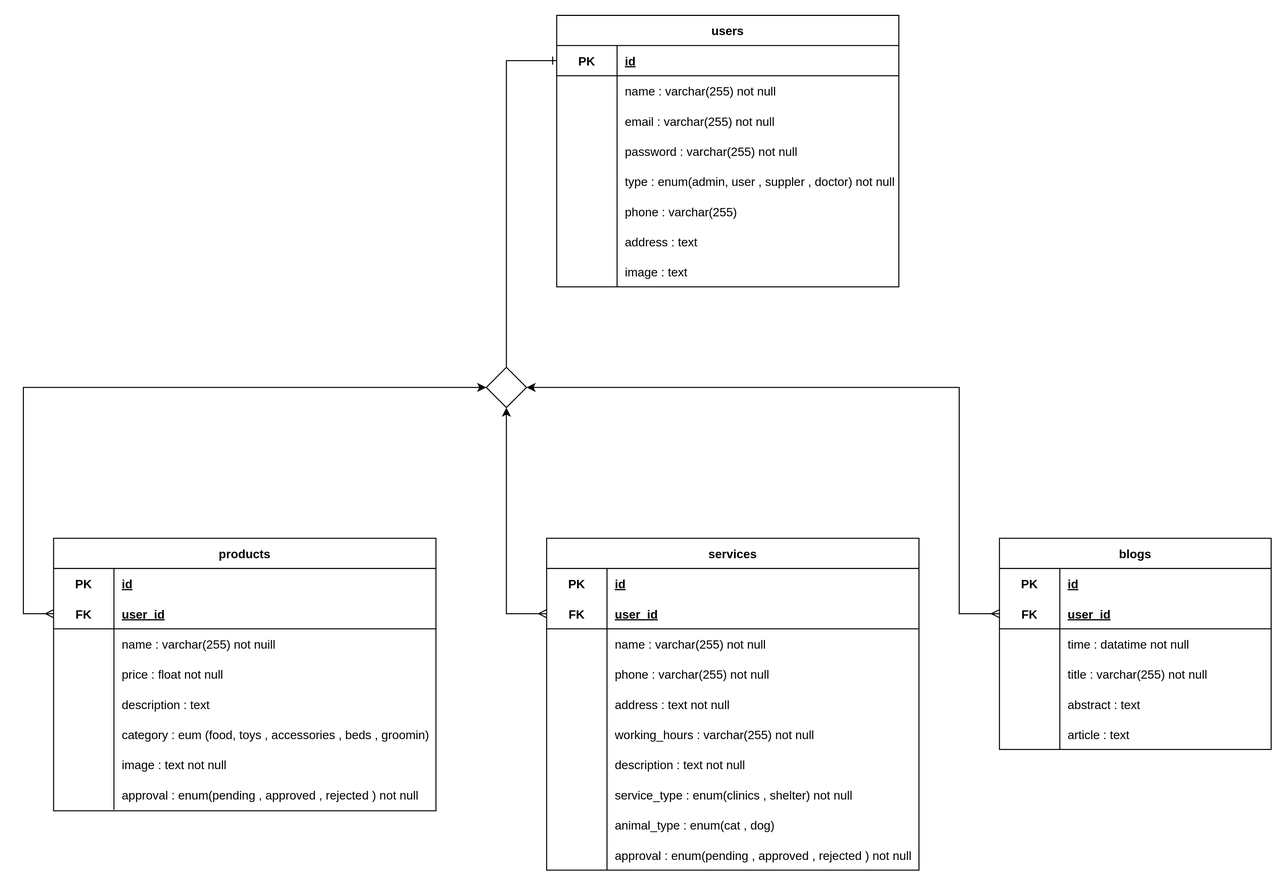
Before: public/assets/images/schema_image.svg, a diagram exported from draw.io (khaledfathi/islam_API). Source tidied: cells renumbered, new cells last; positions are measured from the earlier drawing's top-left corner, leaving out a move shared by most shapes.
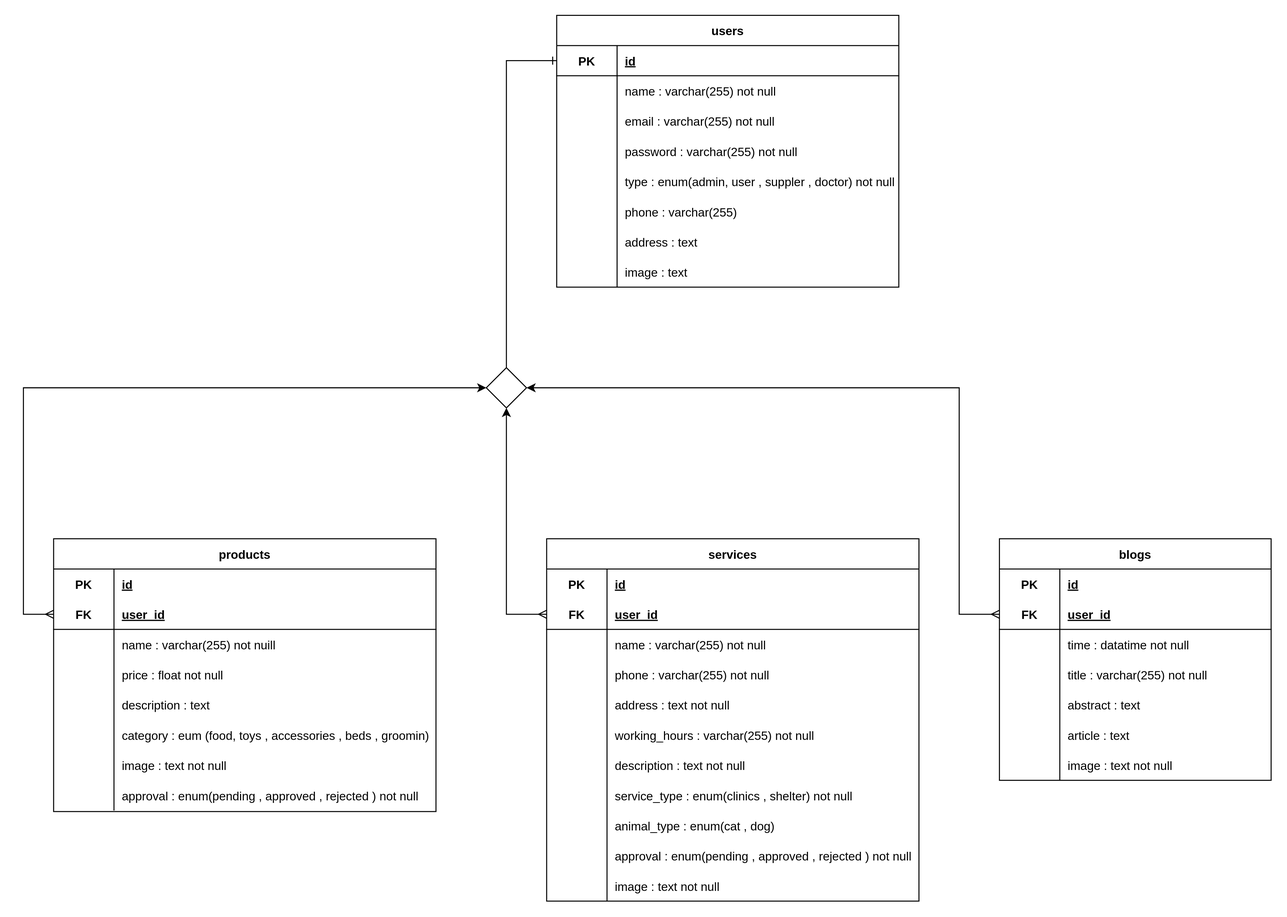
After the commit.

The edit, as a diff of the source:
```diff
@@ -78,7 +78,7 @@
       <mxGeometry x="60" width="280" height="30" as="geometry" />
     </mxCell>
     <mxCell id="27" value="services" style="shape=table;startSize=30;rowLines=0;fontStyle=1;align=center;" parent="1" vertex="1">
-      <mxGeometry x="520" y="520" width="370" height="330" as="geometry" />
+      <mxGeometry x="520" y="520" width="370" height="360" as="geometry" />
     </mxCell>
     <mxCell id="28" style="shape=tableRow;horizontal=0;startSize=0;swimlaneHead=0;swimlaneBody=0;fillColor=none;top=0;left=0;right=0;bottom=0;" parent="27" vertex="1">
       <mxGeometry y="30" width="370" height="30" as="geometry" />
@@ -170,6 +170,15 @@
     <mxCell id="57" value="approval : enum(pending , approved , rejected ) not null" style="shape=partialRectangle;fillColor=none;top=0;left=0;bottom=0;right=0;align=left;spacingLeft=6;overflow=hidden;" parent="55" vertex="1">
       <mxGeometry x="60" width="310" height="30" as="geometry" />
     </mxCell>
+    <mxCell id="107" style="shape=tableRow;horizontal=0;startSize=0;swimlaneHead=0;swimlaneBody=0;fillColor=none;top=0;left=0;right=0;bottom=0;" parent="27" vertex="1">
+      <mxGeometry y="330" width="370" height="30" as="geometry" />
+    </mxCell>
+    <mxCell id="108" style="shape=partialRectangle;fillColor=none;top=0;left=0;bottom=0;right=0;overflow=hidden;" parent="107" vertex="1">
+      <mxGeometry width="60" height="30" as="geometry" />
+    </mxCell>
+    <mxCell id="109" value="image : text not null" style="shape=partialRectangle;fillColor=none;top=0;left=0;bottom=0;right=0;align=left;spacingLeft=6;overflow=hidden;" parent="107" vertex="1">
+      <mxGeometry x="60" width="310" height="30" as="geometry" />
+    </mxCell>
     <mxCell id="58" value="products" style="shape=table;startSize=30;rowLines=0;fontStyle=1;align=center;" parent="1" vertex="1">
       <mxGeometry x="30" y="520" width="380" height="271" as="geometry" />
     </mxCell>
@@ -246,7 +255,7 @@
       <mxGeometry x="60" width="320" height="30" as="geometry" />
     </mxCell>
     <mxCell id="83" value="blogs" style="shape=table;startSize=30;rowLines=0;fontStyle=1;align=center;" parent="1" vertex="1">
-      <mxGeometry x="970" y="520" width="270" height="210" as="geometry" />
+      <mxGeometry x="970" y="520" width="270" height="240" as="geometry" />
     </mxCell>
     <mxCell id="84" style="shape=tableRow;horizontal=0;startSize=0;swimlaneHead=0;swimlaneBody=0;fillColor=none;top=0;left=0;right=0;bottom=0;" parent="83" vertex="1">
       <mxGeometry y="30" width="270" height="30" as="geometry" />
@@ -302,6 +311,15 @@
     <mxCell id="101" value="article : text " style="shape=partialRectangle;fillColor=none;top=0;left=0;bottom=0;right=0;align=left;spacingLeft=6;overflow=hidden;" parent="99" vertex="1">
       <mxGeometry x="60" width="210" height="30" as="geometry" />
     </mxCell>
+    <mxCell id="110" style="shape=tableRow;horizontal=0;startSize=0;swimlaneHead=0;swimlaneBody=0;fillColor=none;top=0;left=0;right=0;bottom=0;" parent="83" vertex="1">
+      <mxGeometry y="210" width="270" height="30" as="geometry" />
+    </mxCell>
+    <mxCell id="111" style="shape=partialRectangle;fillColor=none;top=0;left=0;bottom=0;right=0;overflow=hidden;" parent="110" vertex="1">
+      <mxGeometry width="60" height="30" as="geometry" />
+    </mxCell>
+    <mxCell id="112" value="image : text not null" style="shape=partialRectangle;fillColor=none;top=0;left=0;bottom=0;right=0;align=left;spacingLeft=6;overflow=hidden;" parent="110" vertex="1">
+      <mxGeometry x="60" width="210" height="30" as="geometry" />
+    </mxCell>
     <mxCell id="102" style="edgeStyle=orthogonalEdgeStyle;rounded=0;jettySize=auto;html=1;entryX=0;entryY=0.5;entryDx=0;entryDy=0;startArrow=none;startFill=0;endArrow=ERone;endFill=0;" parent="1" edge="1" source="106" target="3">
       <mxGeometry relative="1" as="geometry" />
     </mxCell>
```
